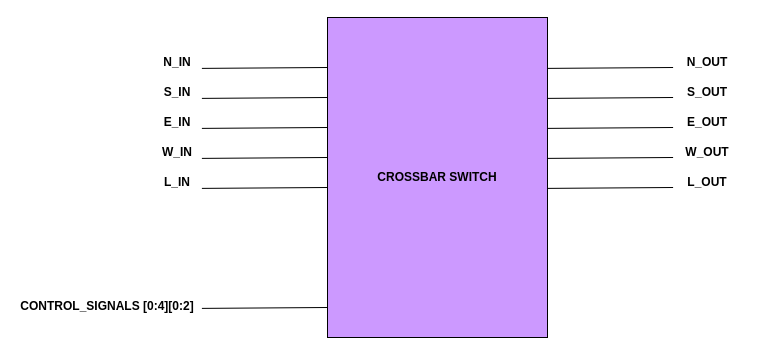
This is page "temp-router" (15 of 16) of NoC.drawio from Akilax0/minimal_NoC, a draw.io file, before an edit. Source tidied: cells renumbered, new cells numbered last; positions are measured from the earlier drawing's top-left corner, leaving out a move shared by most shapes. Both pictures are drawn from the tidied source at 100%, with x=0, y=0 at pixel (17, 17).
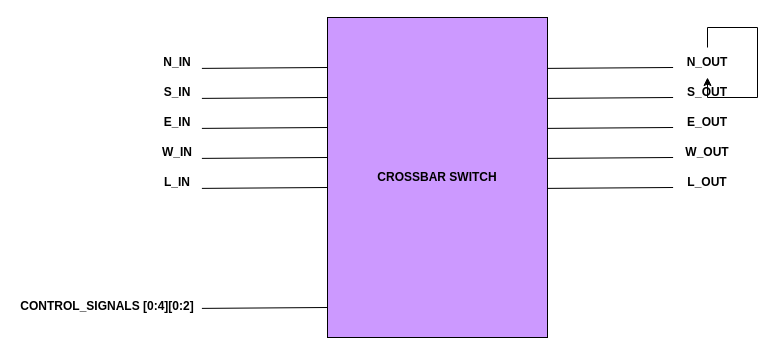
After the change.

Unchanged cells that the change refers to:
```xml
<mxCell id="23" value="&lt;b&gt;N_OUT&lt;/b&gt;" style="text;html=1;strokeColor=none;fillColor=none;align=center;verticalAlign=middle;whiteSpace=wrap;rounded=0;" parent="1" vertex="1">
  <mxGeometry x="660" y="30" width="60" height="30" as="geometry" />
</mxCell>
```

Change to the diagram source:
```diff
@@
+    <mxCell id="25" style="edgeStyle=orthogonalEdgeStyle;rounded=0;orthogonalLoop=1;jettySize=auto;html=1;exitX=0.5;exitY=0;exitDx=0;exitDy=0;" parent="1" edge="1" source="23" target="23">
+      <mxGeometry relative="1" as="geometry" />
+    </mxCell>
```
